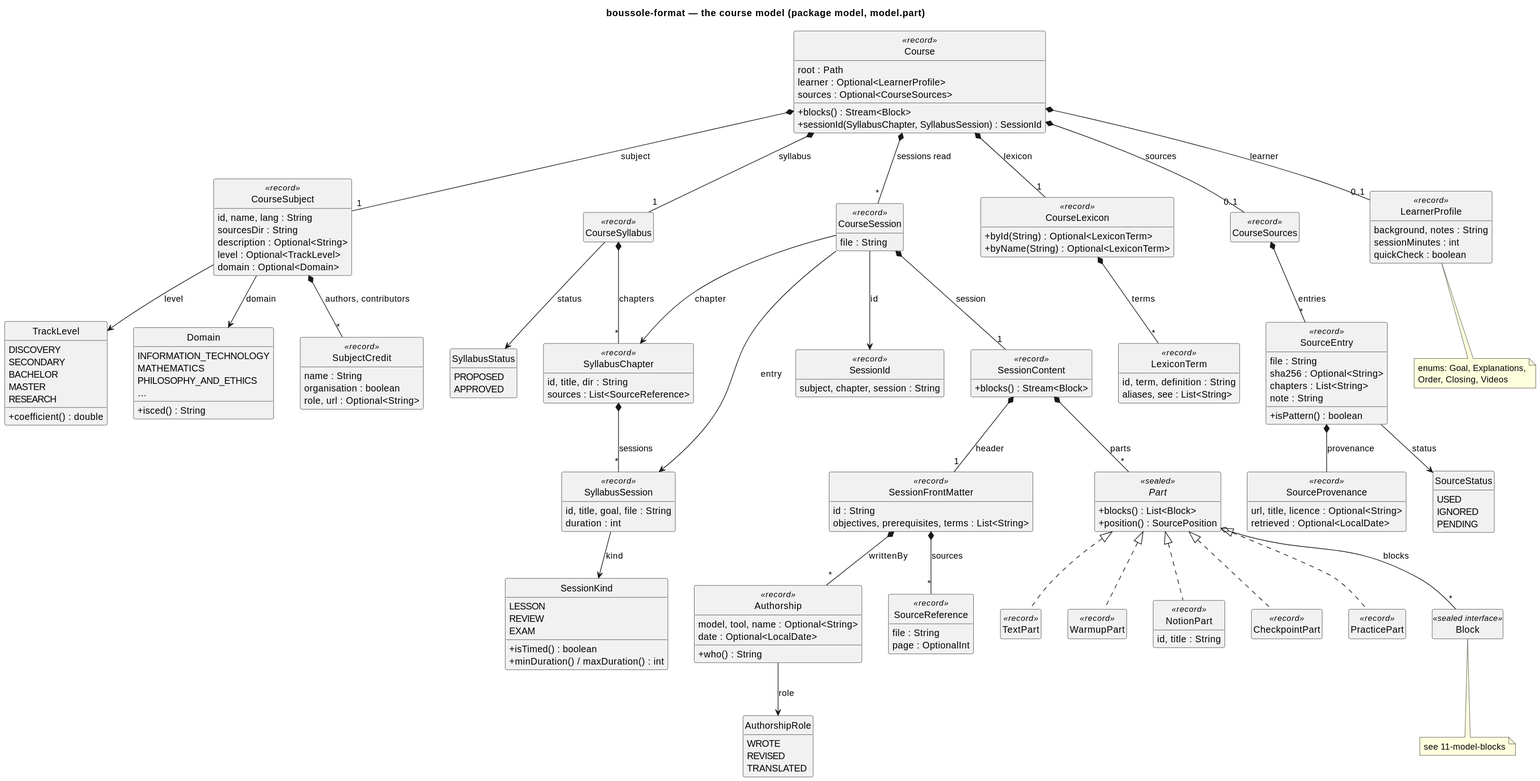
Earlier version of the PlantUML export docs/diagrams/10-model-course.svg (lucasssoh/Boussole).
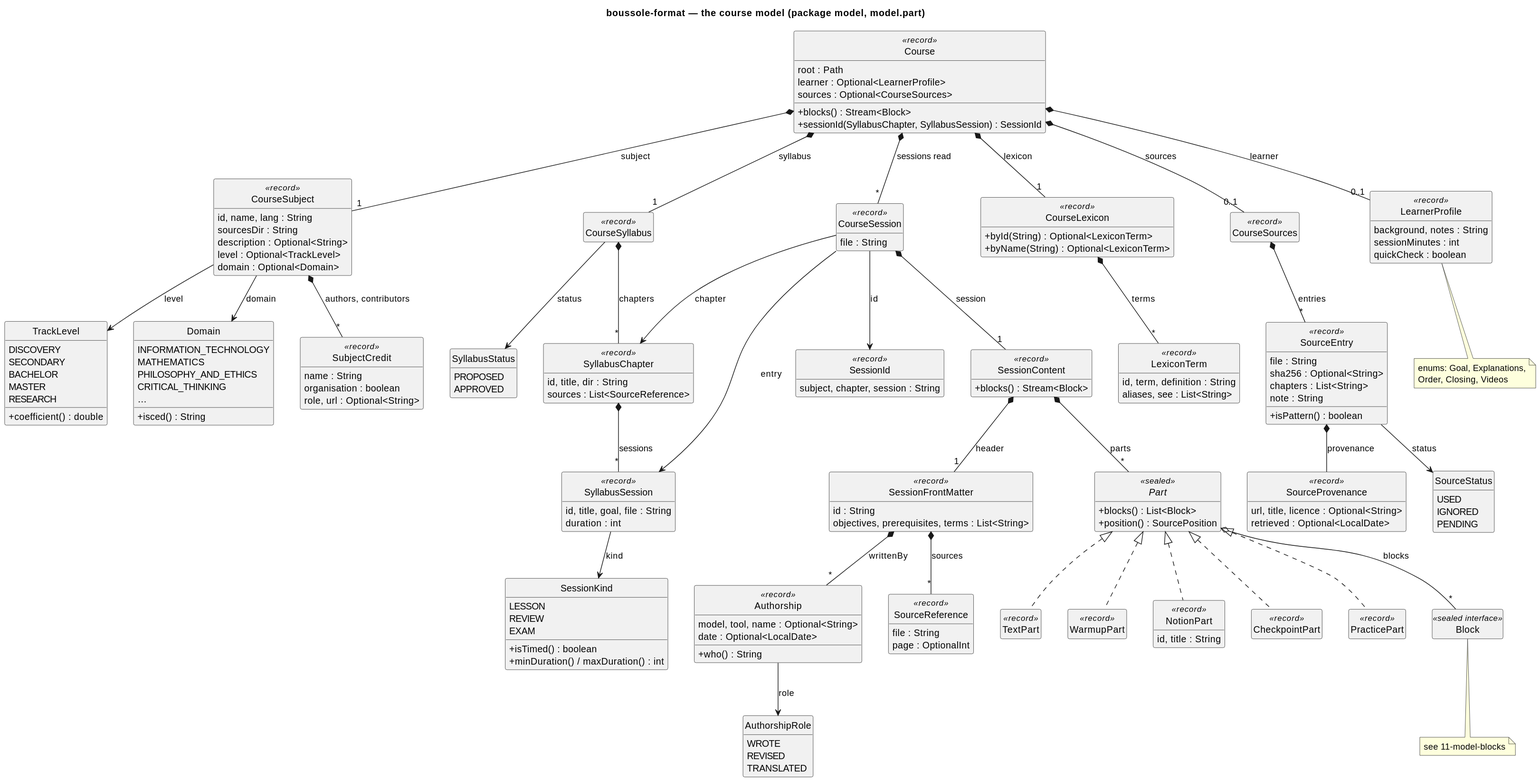
Later version of the same file.

The edit, as a diff of the source:
```diff
@@ -33,6 +33,7 @@
   INFORMATION_TECHNOLOGY
   MATHEMATICS
   PHILOSOPHY_AND_ETHICS
+  CRITICAL_THINKING
   …
   +isced() : String
 }
```
